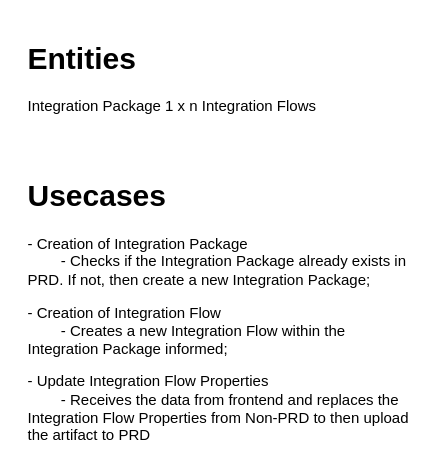
The draw.io diagram page "Backend" (1 of 5) of cpi-publisher-diagram.drawio in gabriel-rodrigues-f/sap-cloud-integration-architectural-diagrams, before the edit. Source tidied: cells renumbered, new cells numbered last; positions are measured from the earlier drawing's top-left corner, leaving out a move shared by most shapes. Both pictures are drawn from the tidied source at 125%, with x=0, y=0 at pixel (21, 34).
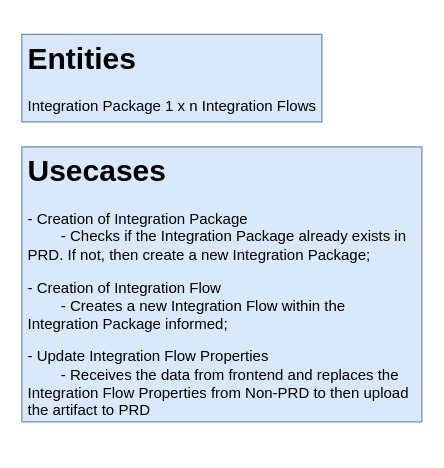
The same diagram, later.

The edit, as a diff of the source:
```diff
@@
 <mxGraphModel>
   <root>
     <mxCell id="0" />
     <mxCell id="1" parent="0" />
-    <mxCell id="2" value="&lt;h1&gt;Entities&lt;/h1&gt;&lt;p&gt;Integration Package 1 x n&lt;span style=&quot;background-color: initial;&quot;&gt;&amp;nbsp;Integration Flows&lt;/span&gt;&lt;/p&gt;" style="text;html=1;strokeColor=none;fillColor=none;spacing=5;spacingTop=-20;whiteSpace=wrap;overflow=hidden;rounded=0;" parent="1" vertex="1">
-      <mxGeometry width="320" height="90" as="geometry" />
+    <mxCell id="2" value="&lt;h1&gt;Entities&lt;/h1&gt;&lt;p&gt;Integration Package 1 x n&lt;span style=&quot;background-color: initial;&quot;&gt;&amp;nbsp;Integration Flows&lt;/span&gt;&lt;/p&gt;" style="text;html=1;strokeColor=#6c8ebf;fillColor=#dae8fc;spacing=5;spacingTop=-20;whiteSpace=wrap;overflow=hidden;rounded=0;" parent="1" vertex="1">
+      <mxGeometry width="240" height="70" as="geometry" />
     </mxCell>
-    <mxCell id="3" value="&lt;h1&gt;Usecases&lt;/h1&gt;&lt;p&gt;- Creation of Integration Package&lt;br&gt;&lt;span style=&quot;white-space: pre;&quot;&gt;&#9;&lt;/span&gt;- Checks if the Integration Package already exists in PRD. If not, then create a new Integration Package;&lt;br&gt;&lt;/p&gt;&lt;p&gt;- Creation of Integration Flow&lt;br&gt;&lt;span style=&quot;white-space: pre;&quot;&gt;&#9;&lt;/span&gt;- Creates a new Integration Flow within the Integration Package informed;&lt;br&gt;&lt;/p&gt;&lt;p&gt;- Update Integration Flow Properties&lt;br&gt;&lt;span style=&quot;white-space: pre;&quot;&gt;&#9;&lt;/span&gt;- Receives the data from frontend and replaces the Integration Flow Properties from Non-PRD to then upload the artifact to PRD&lt;br&gt;&lt;/p&gt;" style="text;html=1;strokeColor=none;fillColor=none;spacing=5;spacingTop=-20;whiteSpace=wrap;overflow=hidden;rounded=0;" parent="1" vertex="1">
-      <mxGeometry y="110" width="320" height="220" as="geometry" />
+    <mxCell id="3" value="&lt;h1&gt;Usecases&lt;/h1&gt;&lt;p&gt;- Creation of Integration Package&lt;br&gt;&lt;span style=&quot;white-space: pre;&quot;&gt;&#9;&lt;/span&gt;- Checks if the Integration Package already exists in PRD. If not, then create a new Integration Package;&lt;br&gt;&lt;/p&gt;&lt;p&gt;- Creation of Integration Flow&lt;br&gt;&lt;span style=&quot;white-space: pre;&quot;&gt;&#9;&lt;/span&gt;- Creates a new Integration Flow within the Integration Package informed;&lt;br&gt;&lt;/p&gt;&lt;p&gt;- Update Integration Flow Properties&lt;br&gt;&lt;span style=&quot;white-space: pre;&quot;&gt;&#9;&lt;/span&gt;- Receives the data from frontend and replaces the Integration Flow Properties from Non-PRD to then upload the artifact to PRD&lt;br&gt;&lt;/p&gt;" style="text;html=1;strokeColor=#6c8ebf;fillColor=#dae8fc;spacing=5;spacingTop=-20;whiteSpace=wrap;overflow=hidden;rounded=0;" parent="1" vertex="1">
+      <mxGeometry y="90" width="320" height="220" as="geometry" />
     </mxCell>
   </root>
 </mxGraphModel>
```
